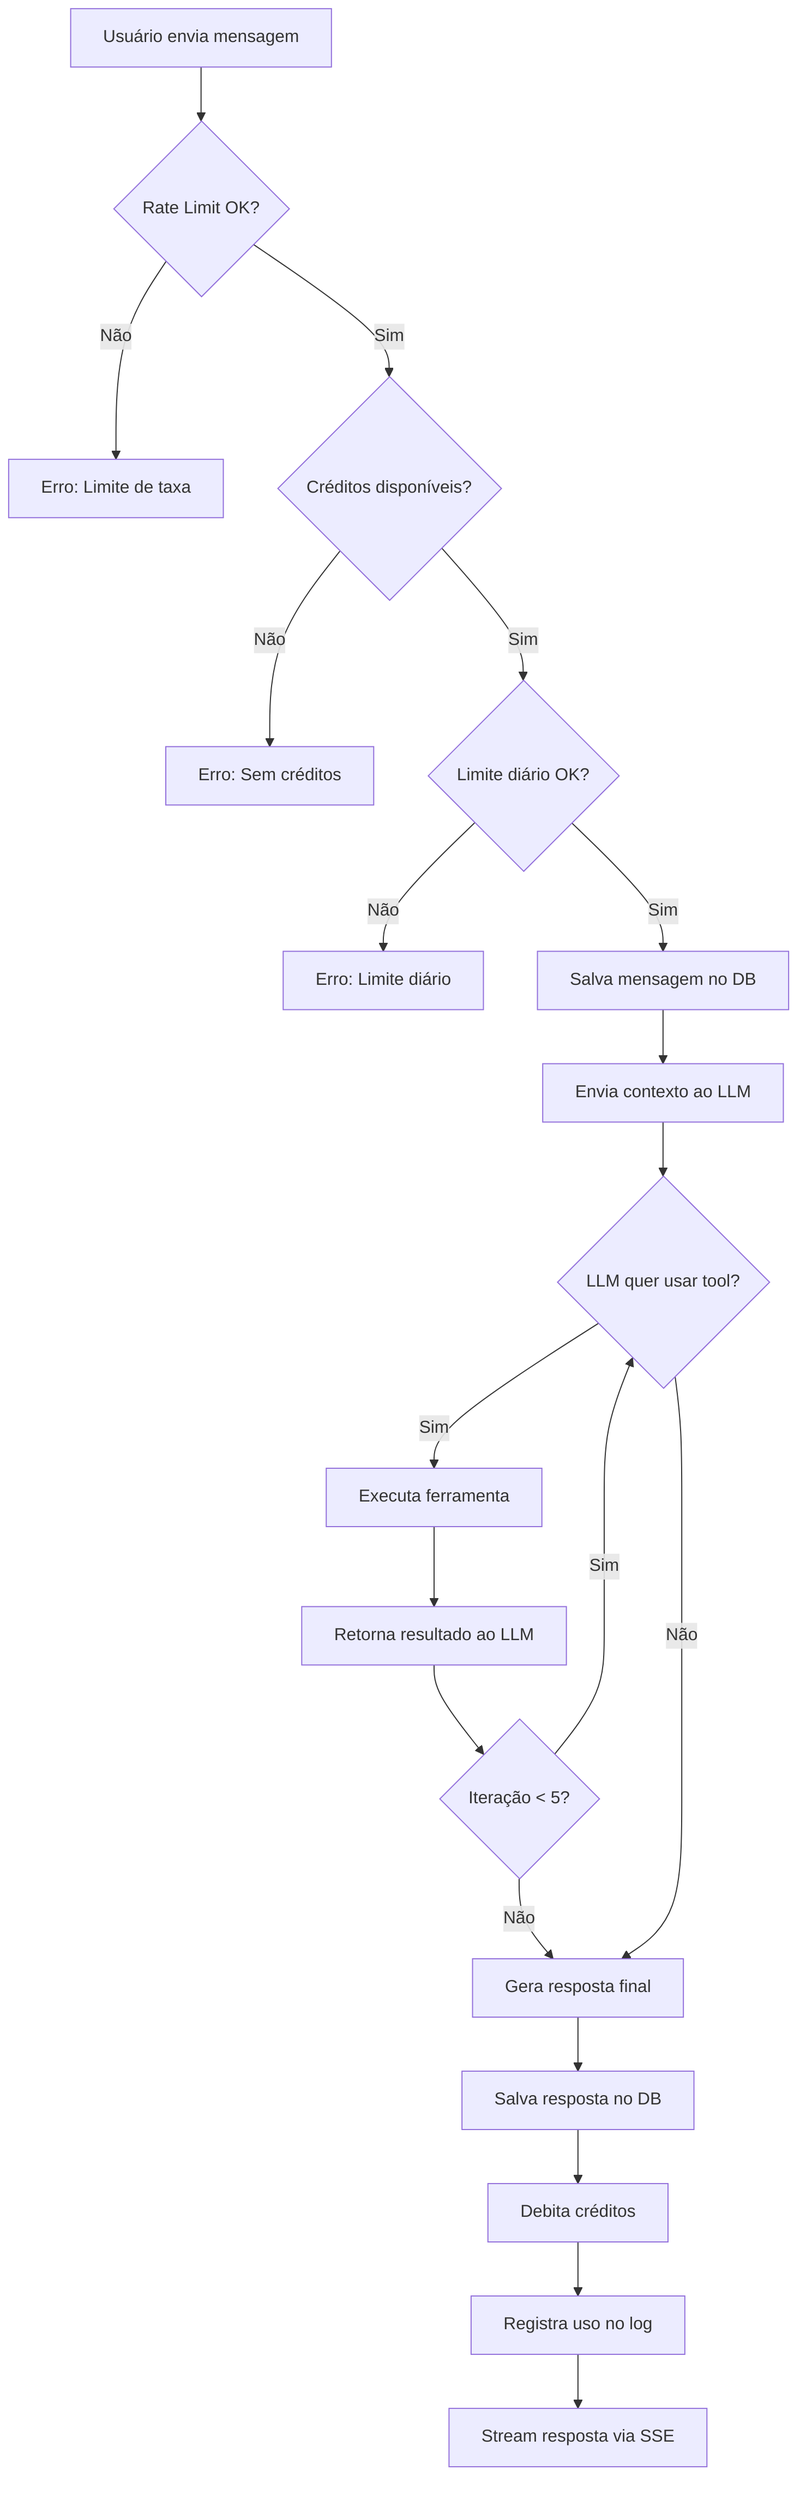
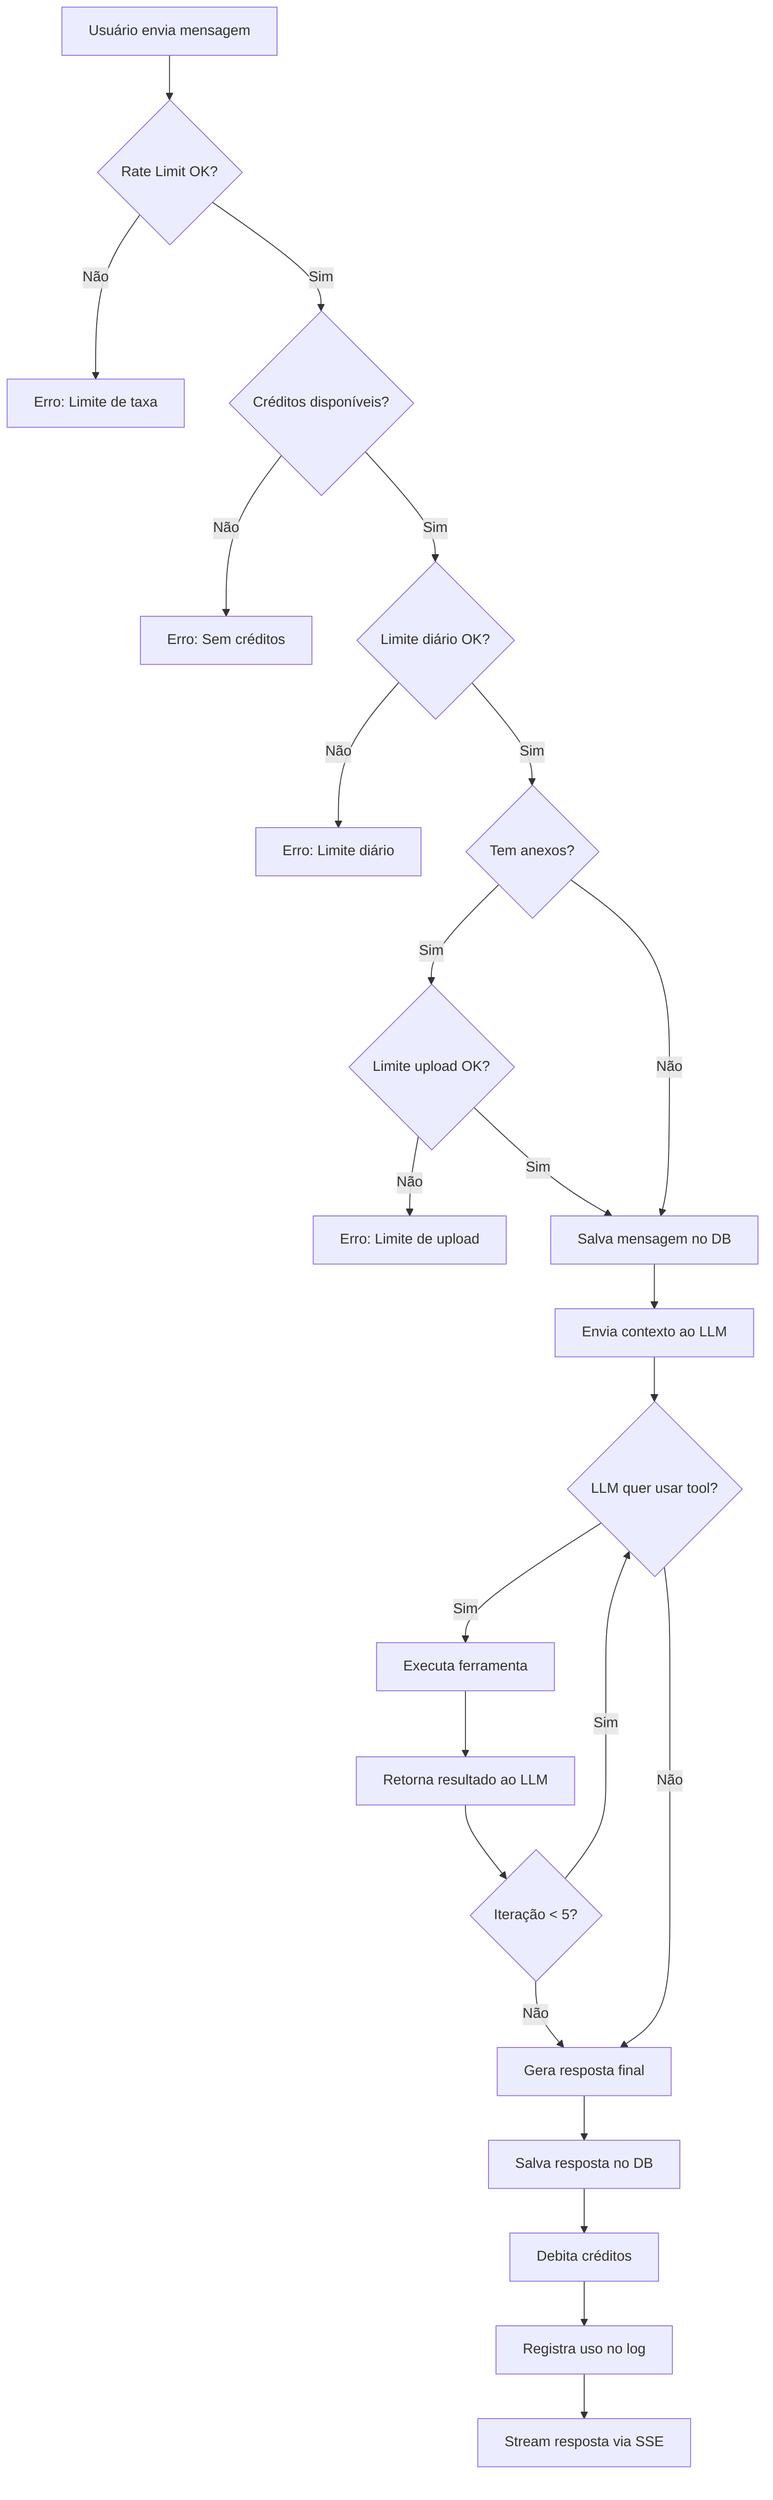
flowchart TD
    A["Usuário envia mensagem"] --> B{"Rate Limit OK?"}
    B -->|Não| B1["Erro: Limite de taxa"]
    B -->|Sim| C{"Créditos disponíveis?"}
    C -->|Não| C1["Erro: Sem créditos"]
    C -->|Sim| D{"Limite diário OK?"}
    D -->|Não| D1["Erro: Limite diário"]
-     D -->|Sim| E["Salva mensagem no DB"]
+     D -->|Sim| DA{"Tem anexos?"}
+     DA -->|Sim| DB{"Limite upload OK?"}
+     DB -->|Não| DB1["Erro: Limite de upload"]
+     DB -->|Sim| E["Salva mensagem no DB"]
+     DA -->|Não| E
    E --> F["Envia contexto ao LLM"]
    F --> G{"LLM quer usar tool?"}
    G -->|Sim| H["Executa ferramenta"]
    H --> I["Retorna resultado ao LLM"]
    I --> J{"Iteração < 5?"}
    J -->|Sim| G
    J -->|Não| K["Gera resposta final"]
    G -->|Não| K
    K --> L["Salva resposta no DB"]
    L --> M["Debita créditos"]
    M --> N["Registra uso no log"]
    N --> O["Stream resposta via SSE"]
